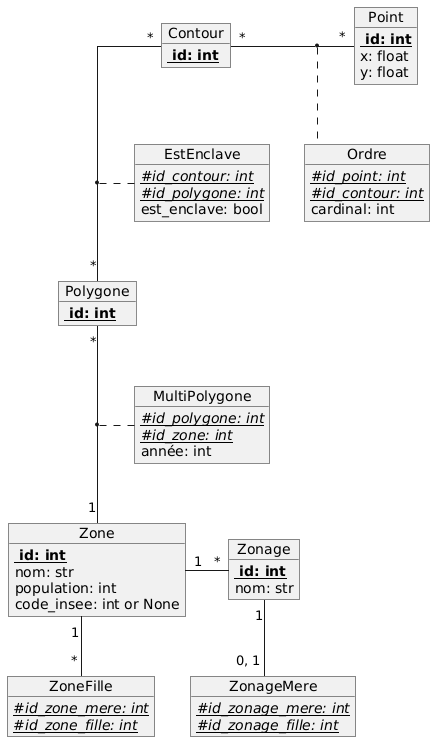
Above: doc/diagrammes/diagramme_entite_relation.png in antoni-guardia/ENSAI_ProjetInfo2A (PlantUML), before the change.
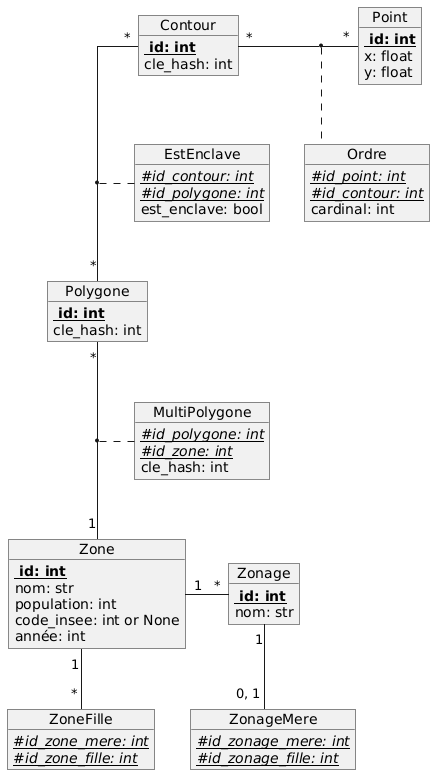
The same file after the commit.

Commit message:
diag bdd, ajout hash

The edit, as a diff of the source:
```diff
@@ -13,22 +13,27 @@
 nom: str
 population: int
 code_insee: int or None
+année: int
+
 }
 
 object MultiPolygone{
 {Static}//#id_polygone: int//
 {Static}//#id_zone: int//
-année: int
+cle_hash: int
+
 }
 
 
 
 object Polygone{
 <b> {Static} id: int
+cle_hash: int
 }
 
 object Contour{
 <b> {Static} id: int
+cle_hash: int
 }
 
 object Point{
```
